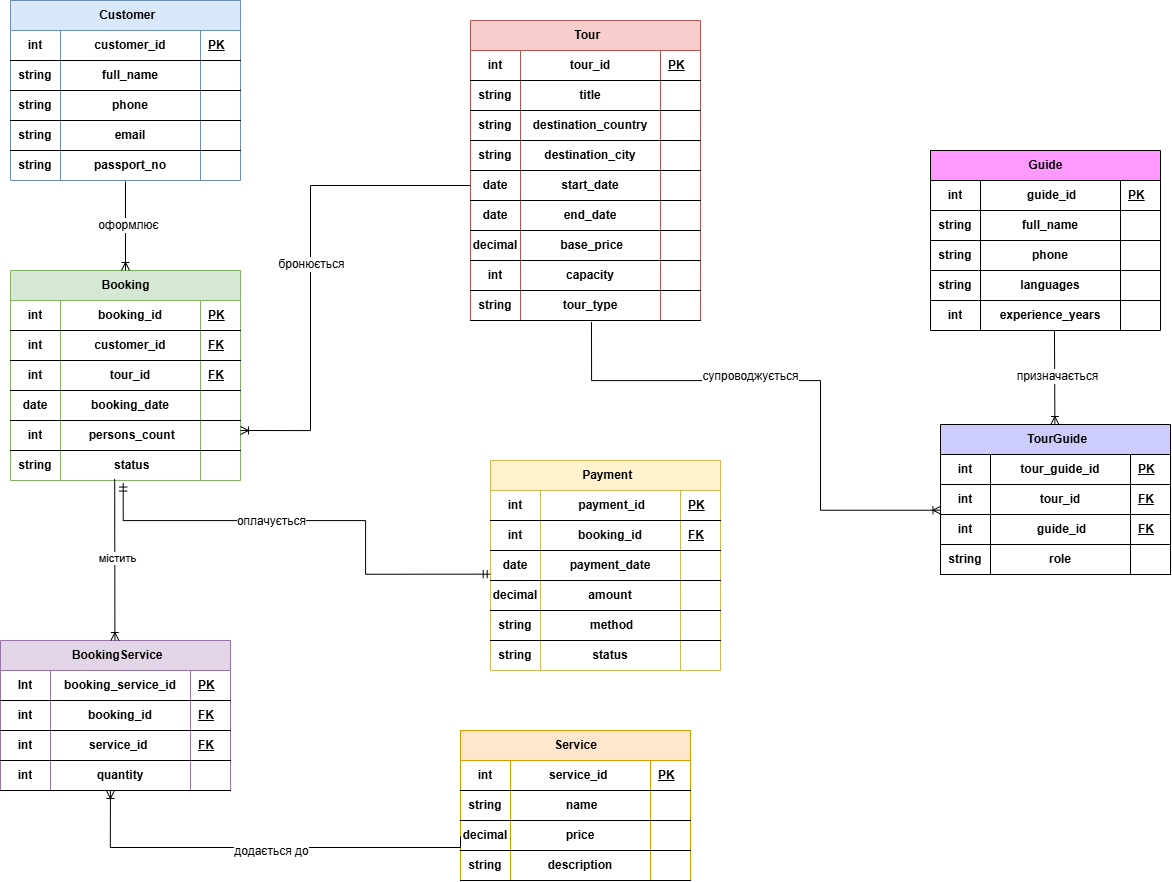
SolomiyaKepeshchuk/DB keeps this draw.io diagram as DB_ER_LAB1.png. Above is the earlier version. Source tidied: cells renumbered, new cells last; positions are measured from the earlier drawing's top-left corner, leaving out a move shared by most shapes.
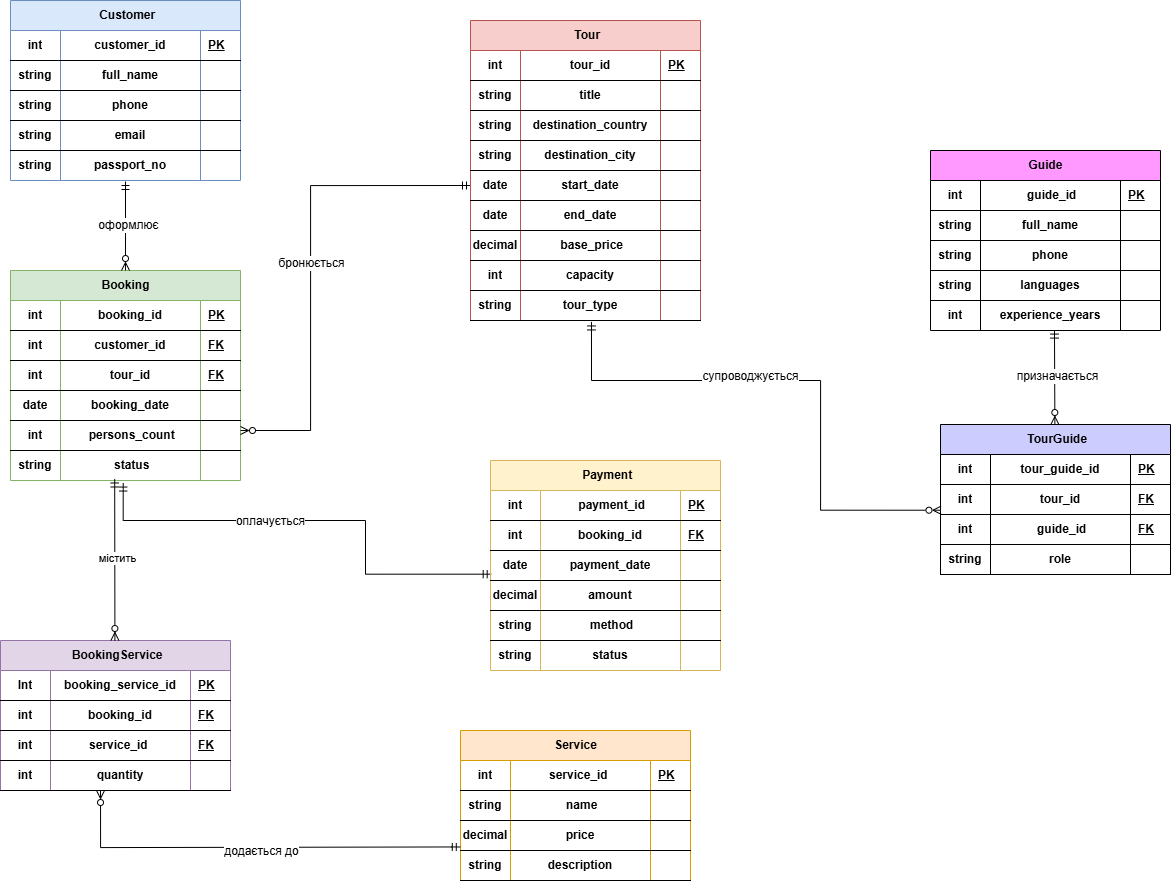
Above is the later version.

What changed in the source:
```diff
@@ -245,13 +245,15 @@
     <mxCell id="82" style="shape=partialRectangle;fillColor=none;top=0;left=0;bottom=0;right=0;align=left;spacingLeft=6;fontStyle=5;overflow=hidden;whiteSpace=wrap;html=1;" parent="79" vertex="1">
       <mxGeometry x="190" width="40" height="30" as="geometry" />
     </mxCell>
-    <mxCell id="83" style="fontSize=12;html=1;endArrow=ERoneToMany;rounded=0;entryX=0.5;entryY=0;entryDx=0;entryDy=0;exitX=0.5;exitY=1.028;exitDx=0;exitDy=0;exitPerimeter=0;" parent="1" edge="1" source="19" target="23">
-      <mxGeometry relative="1" as="geometry" />
+    <mxCell id="83" style="fontSize=12;html=1;endArrow=ERzeroToMany;rounded=0;entryX=0.5;entryY=0;entryDx=0;entryDy=0;endFill=0;startArrow=ERmandOne;startFill=0;" parent="1" edge="1" target="23">
+      <mxGeometry relative="1" as="geometry">
+        <mxPoint x="125" y="181" as="sourcePoint" />
+      </mxGeometry>
     </mxCell>
     <mxCell id="84" value="&lt;font style=&quot;font-size: 12px;&quot;&gt;оформлює&lt;/font&gt;" style="edgeLabel;html=1;align=center;verticalAlign=middle;" parent="83" vertex="1">
       <mxGeometry x="-0.03" y="2" relative="1" as="geometry" />
     </mxCell>
-    <mxCell id="85" style="fontSize=12;html=1;endArrow=ERoneToMany;rounded=0;exitX=0;exitY=0.5;exitDx=0;exitDy=0;edgeStyle=orthogonalEdgeStyle;" parent="1" edge="1" source="108">
+    <mxCell id="85" style="fontSize=12;html=1;endArrow=ERzeroToMany;rounded=0;exitX=0;exitY=0.5;exitDx=0;exitDy=0;edgeStyle=orthogonalEdgeStyle;endFill=0;startArrow=ERmandOne;startFill=0;" parent="1" edge="1" source="108">
       <mxGeometry relative="1" as="geometry">
         <mxPoint x="240" y="430" as="targetPoint" />
         <Array as="points">
@@ -265,7 +267,7 @@
         <mxPoint y="-4" as="offset" />
       </mxGeometry>
     </mxCell>
-    <mxCell id="87" style="fontSize=12;html=1;endArrow=ERmandOne;startArrow=ERmandOne;rounded=0;exitX=0.49;exitY=1.085;exitDx=0;exitDy=0;exitPerimeter=0;entryX=0.003;entryY=0.789;entryDx=0;entryDy=0;entryPerimeter=0;edgeStyle=orthogonalEdgeStyle;" parent="1" edge="1" source="44" target="154">
+    <mxCell id="87" style="fontSize=12;html=1;endArrow=ERmandOne;startArrow=ERmandOne;rounded=0;exitX=0.49;exitY=1.085;exitDx=0;exitDy=0;exitPerimeter=0;entryX=0.003;entryY=0.789;entryDx=0;entryDy=0;entryPerimeter=0;edgeStyle=orthogonalEdgeStyle;endFill=0;" parent="1" edge="1" source="44" target="154">
       <mxGeometry relative="1" as="geometry">
         <Array as="points">
           <mxPoint x="123" y="520" />
@@ -279,7 +281,7 @@
         <mxPoint x="-50" y="-1" as="offset" />
       </mxGeometry>
     </mxCell>
-    <mxCell id="89" style="fontSize=12;html=1;endArrow=ERoneToMany;rounded=0;entryX=0.5;entryY=0;entryDx=0;entryDy=0;exitX=0.453;exitY=0.949;exitDx=0;exitDy=0;exitPerimeter=0;" parent="1" edge="1" source="44">
+    <mxCell id="89" style="fontSize=12;html=1;endArrow=ERzeroToMany;rounded=0;entryX=0.5;entryY=0;entryDx=0;entryDy=0;exitX=0.453;exitY=0.949;exitDx=0;exitDy=0;exitPerimeter=0;startArrow=ERmandOne;startFill=0;endFill=0;" parent="1" edge="1" source="44">
       <mxGeometry relative="1" as="geometry">
         <mxPoint x="114.4" y="640" as="targetPoint" />
       </mxGeometry>
@@ -587,7 +589,7 @@
     <mxCell id="190" style="shape=partialRectangle;fillColor=none;top=0;left=0;bottom=0;right=0;align=left;spacingLeft=6;overflow=hidden;whiteSpace=wrap;html=1;" parent="187" vertex="1">
       <mxGeometry x="190" width="40" height="30" as="geometry" />
     </mxCell>
-    <mxCell id="191" style="fontSize=12;html=1;endArrow=ERoneToMany;rounded=0;exitX=0.526;exitY=1.048;exitDx=0;exitDy=0;exitPerimeter=0;entryX=0.002;entryY=0.857;entryDx=0;entryDy=0;entryPerimeter=0;edgeStyle=orthogonalEdgeStyle;" parent="1" edge="1" source="124" target="133">
+    <mxCell id="191" style="fontSize=12;html=1;endArrow=ERzeroToMany;rounded=0;exitX=0.526;exitY=1.048;exitDx=0;exitDy=0;exitPerimeter=0;entryX=0.002;entryY=0.857;entryDx=0;entryDy=0;entryPerimeter=0;edgeStyle=orthogonalEdgeStyle;endFill=0;startArrow=ERmandOne;startFill=0;" parent="1" edge="1" source="124" target="133">
       <mxGeometry relative="1" as="geometry">
         <Array as="points">
           <mxPoint x="591" y="380" />
@@ -601,7 +603,7 @@
         <mxPoint x="-56" y="-5" as="offset" />
       </mxGeometry>
     </mxCell>
-    <mxCell id="193" style="fontSize=12;html=1;endArrow=ERoneToMany;rounded=0;entryX=0.5;entryY=0;entryDx=0;entryDy=0;exitX=0.539;exitY=0.986;exitDx=0;exitDy=0;exitPerimeter=0;" parent="1" edge="1" source="187">
+    <mxCell id="193" style="fontSize=12;html=1;endArrow=ERzeroToMany;rounded=0;entryX=0.5;entryY=0;entryDx=0;entryDy=0;exitX=0.539;exitY=0.986;exitDx=0;exitDy=0;exitPerimeter=0;endFill=0;startArrow=ERmandOne;startFill=0;" parent="1" edge="1" source="187">
       <mxGeometry relative="1" as="geometry">
         <mxPoint x="1054.4" y="424" as="targetPoint" />
       </mxGeometry>
@@ -609,13 +611,12 @@
     <mxCell id="194" value="&lt;font style=&quot;font-size: 12px;&quot;&gt;призначається&lt;/font&gt;" style="edgeLabel;html=1;align=center;verticalAlign=middle;" parent="193" vertex="1">
       <mxGeometry x="-0.03" y="2" relative="1" as="geometry" />
     </mxCell>
-    <mxCell id="195" style="fontSize=12;html=1;endArrow=ERoneToMany;rounded=0;exitX=-0.002;exitY=0.137;exitDx=0;exitDy=0;entryX=0.476;entryY=1.102;entryDx=0;entryDy=0;entryPerimeter=0;edgeStyle=orthogonalEdgeStyle;exitPerimeter=0;" parent="1" edge="1">
+    <mxCell id="195" style="fontSize=12;html=1;endArrow=ERzeroToMany;rounded=0;exitX=-0.001;exitY=0.883;exitDx=0;exitDy=0;entryX=0.476;entryY=1.102;entryDx=0;entryDy=0;entryPerimeter=0;edgeStyle=orthogonalEdgeStyle;exitPerimeter=0;endFill=0;startArrow=ERmandOne;startFill=0;" parent="1" edge="1" source="75">
       <mxGeometry relative="1" as="geometry">
-        <mxPoint x="460" y="836" as="sourcePoint" />
-        <mxPoint x="109.9" y="790" as="targetPoint" />
+        <mxPoint x="100" y="790" as="targetPoint" />
         <Array as="points">
-          <mxPoint x="460.5" y="846.9" />
-          <mxPoint x="110.5" y="846.9" />
+          <mxPoint x="451" y="847" />
+          <mxPoint x="100" y="847" />
         </Array>
       </mxGeometry>
     </mxCell>
```
